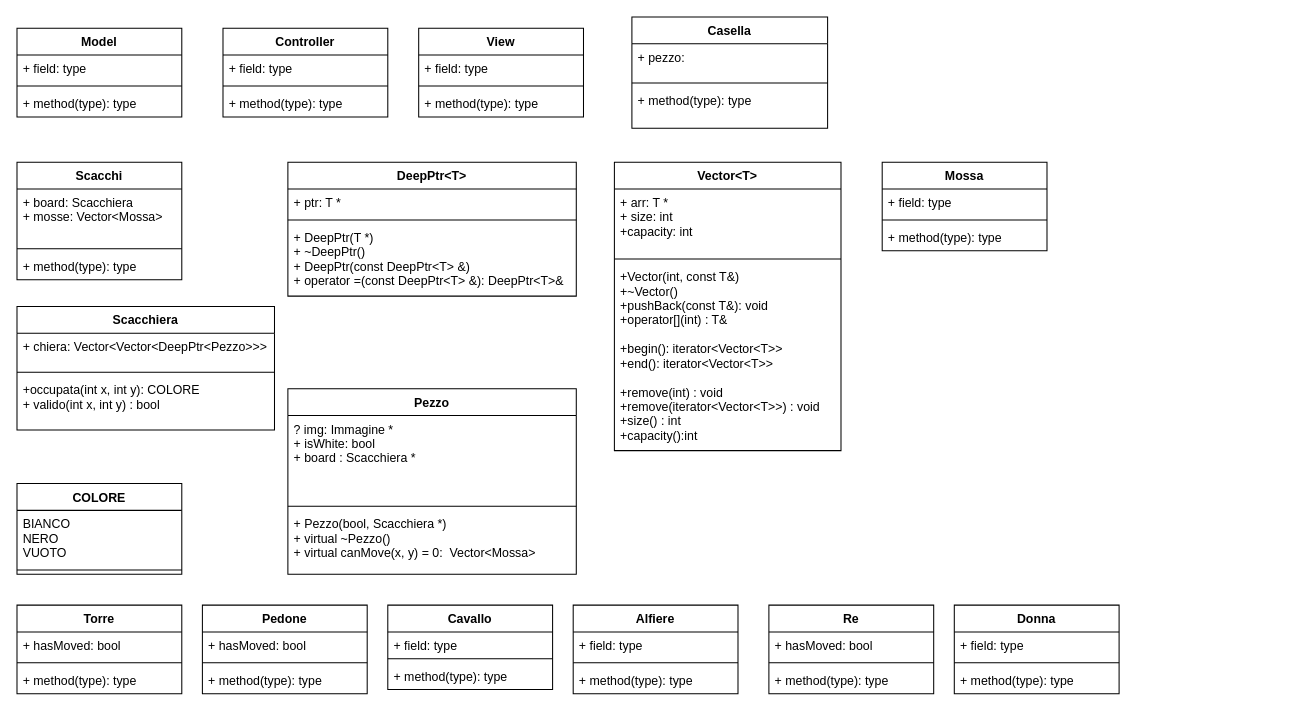
Earlier version of the draw.io diagram ClassDiagram.drawio (Sasy00/Scacchi). Source tidied: cells renumbered, new cells numbered last; positions are measured from the earlier drawing's top-left corner, leaving out a move shared by most shapes. Both pictures are drawn from the tidied source at 103%, with x=0, y=0 at pixel (16, 16).
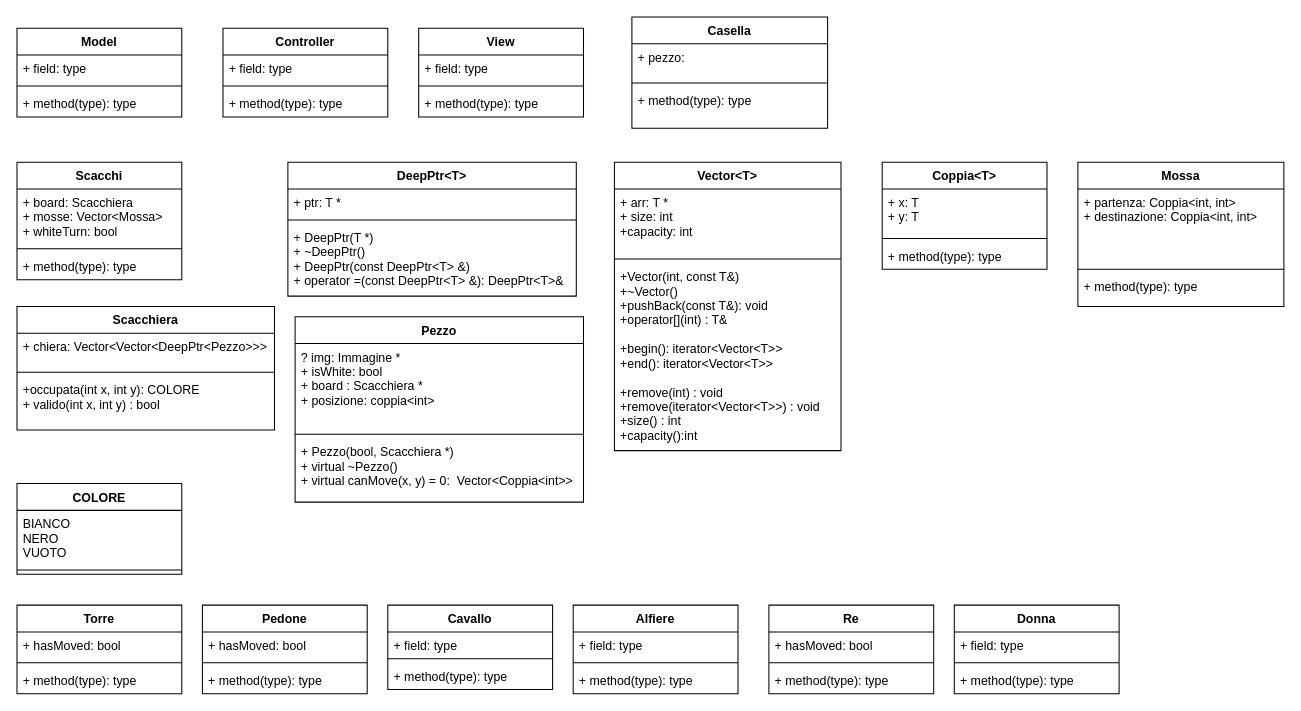
The same page after the edit.

The change refers to these unchanged cells:
```xml
<mxCell id="65" value="Scacchi" style="swimlane;fontStyle=1;align=center;verticalAlign=top;horizontal=1;startSize=26;" parent="1" vertex="1">
  <mxGeometry y="141" width="160" height="114" as="geometry" />
</mxCell>
```

The edit, as a diff of the source:
```diff
@@
     <mxCell id="2" value="Pezzo" style="swimlane;fontStyle=1;align=center;verticalAlign=top;horizontal=1;startSize=26;" parent="1" vertex="1">
-      <mxGeometry x="263" y="361" width="280" height="180" as="geometry" />
+      <mxGeometry x="270" y="291" width="280" height="180" as="geometry" />
     </mxCell>
-    <mxCell id="3" value="? img: Immagine *&#10;+ isWhite: bool&#10;+ board : Scacchiera *&#10;" style="text;strokeColor=none;fillColor=none;align=left;verticalAlign=top;spacingLeft=4;spacingRight=4;overflow=hidden;" parent="2" vertex="1">
+    <mxCell id="3" value="? img: Immagine *&#10;+ isWhite: bool&#10;+ board : Scacchiera *&#10;+ posizione: coppia&lt;int&gt;" style="text;strokeColor=none;fillColor=none;align=left;verticalAlign=top;spacingLeft=4;spacingRight=4;overflow=hidden;" parent="2" vertex="1">
       <mxGeometry y="26" width="280" height="84" as="geometry" />
     </mxCell>
@@
-    <mxCell id="5" value="+ Pezzo(bool, Scacchiera *)&#10;+ virtual ~Pezzo()&#10;+ virtual canMove(x, y) = 0:  Vector&lt;Mossa&gt;" style="text;strokeColor=none;fillColor=none;align=left;verticalAlign=top;spacingLeft=4;spacingRight=4;overflow=hidden;" parent="2" vertex="1">
+    <mxCell id="5" value="+ Pezzo(bool, Scacchiera *)&#10;+ virtual ~Pezzo()&#10;+ virtual canMove(x, y) = 0:  Vector&lt;Coppia&lt;int&gt;&gt;" style="text;strokeColor=none;fillColor=none;align=left;verticalAlign=top;spacingLeft=4;spacingRight=4;overflow=hidden;" parent="2" vertex="1">
       <mxGeometry y="118" width="280" height="62" as="geometry" />
     </mxCell>
@@
-    <mxCell id="58" value="Mossa" style="swimlane;fontStyle=1;align=center;verticalAlign=top;horizontal=1;startSize=26;" parent="1" vertex="1">
-      <mxGeometry x="840" y="141" width="160" height="86" as="geometry" />
+    <mxCell id="58" value="Coppia&lt;T&gt;" style="swimlane;fontStyle=1;align=center;verticalAlign=top;horizontal=1;startSize=26;" parent="1" vertex="1">
+      <mxGeometry x="840" y="141" width="160" height="104" as="geometry" />
     </mxCell>
-    <mxCell id="59" value="+ field: type" style="text;strokeColor=none;fillColor=none;align=left;verticalAlign=top;spacingLeft=4;spacingRight=4;overflow=hidden;" parent="58" vertex="1">
-      <mxGeometry y="26" width="160" height="26" as="geometry" />
+    <mxCell id="59" value="+ x: T&#10;+ y: T" style="text;strokeColor=none;fillColor=none;align=left;verticalAlign=top;spacingLeft=4;spacingRight=4;overflow=hidden;" parent="58" vertex="1">
+      <mxGeometry y="26" width="160" height="44" as="geometry" />
     </mxCell>
     <mxCell id="60" style="line;strokeWidth=1;fillColor=none;align=left;verticalAlign=middle;spacingTop=-1;spacingLeft=3;spacingRight=3;labelPosition=right;" parent="58" vertex="1">
-      <mxGeometry y="52" width="160" height="8" as="geometry" />
+      <mxGeometry y="70" width="160" height="8" as="geometry" />
     </mxCell>
     <mxCell id="61" value="+ method(type): type" style="text;strokeColor=none;fillColor=none;align=left;verticalAlign=top;spacingLeft=4;spacingRight=4;overflow=hidden;" parent="58" vertex="1">
-      <mxGeometry y="60" width="160" height="26" as="geometry" />
+      <mxGeometry y="78" width="160" height="26" as="geometry" />
     </mxCell>
@@
-    <mxCell id="66" value="+ board: Scacchiera&#10;+ mosse: Vector&lt;Mossa&gt;" style="text;strokeColor=none;fillColor=none;align=left;verticalAlign=top;spacingLeft=4;spacingRight=4;overflow=hidden;" parent="65" vertex="1">
+    <mxCell id="66" value="+ board: Scacchiera&#10;+ mosse: Vector&lt;Mossa&gt;&#10;+ whiteTurn: bool" style="text;strokeColor=none;fillColor=none;align=left;verticalAlign=top;spacingLeft=4;spacingRight=4;overflow=hidden;" parent="65" vertex="1">
       <mxGeometry y="26" width="160" height="54" as="geometry" />
     </mxCell>
@@
+    <mxCell id="69" value="Mossa" style="swimlane;fontStyle=1;align=center;verticalAlign=top;horizontal=1;startSize=26;" parent="1" vertex="1">
+      <mxGeometry x="1030" y="141" width="200" height="140" as="geometry" />
+    </mxCell>
+    <mxCell id="70" value="+ partenza: Coppia&lt;int, int&gt;&#10;+ destinazione: Coppia&lt;int, int&gt;" style="text;strokeColor=none;fillColor=none;align=left;verticalAlign=top;spacingLeft=4;spacingRight=4;overflow=hidden;" parent="69" vertex="1">
+      <mxGeometry y="26" width="200" height="74" as="geometry" />
+    </mxCell>
+    <mxCell id="71" style="line;strokeWidth=1;fillColor=none;align=left;verticalAlign=middle;spacingTop=-1;spacingLeft=3;spacingRight=3;labelPosition=right;" parent="69" vertex="1">
+      <mxGeometry y="100" width="200" height="8" as="geometry" />
+    </mxCell>
+    <mxCell id="72" value="+ method(type): type" style="text;strokeColor=none;fillColor=none;align=left;verticalAlign=top;spacingLeft=4;spacingRight=4;overflow=hidden;" parent="69" vertex="1">
+      <mxGeometry y="108" width="200" height="32" as="geometry" />
+    </mxCell>
```
